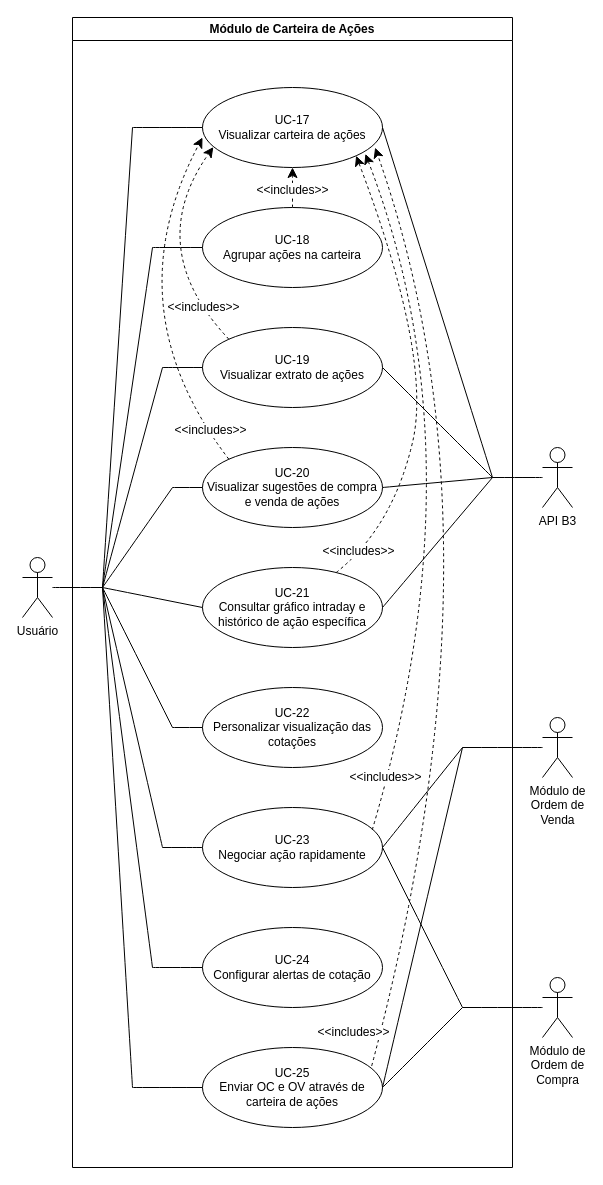
Earlier version of the draw.io diagram diagramas_casos_de_uso/uc_carteira_acoes.drawio (gb-cs-rt/home_broker). Source tidied: cells renumbered, new cells numbered last; positions are measured from the earlier drawing's top-left corner, leaving out a move shared by most shapes. Both pictures are drawn from the tidied source at 100%, with x=0, y=0 at pixel (22, 17).
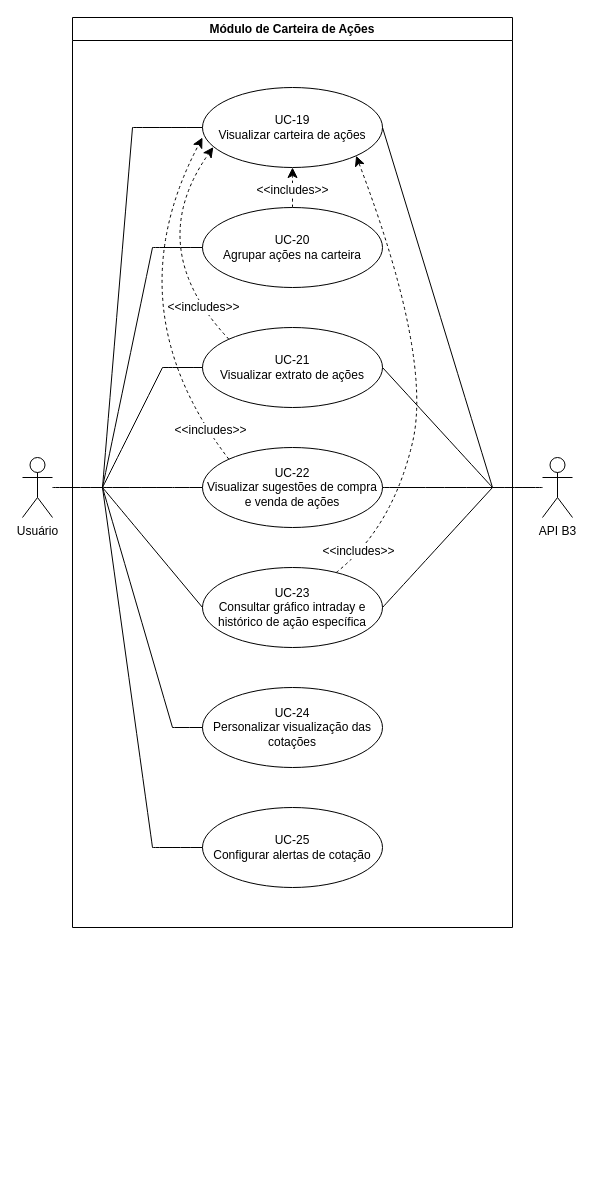
After the change.

Diff of the diagram source:
```diff
@@
     <mxCell id="2" value="Módulo de Carteira de Ações" style="swimlane;whiteSpace=wrap;html=1;" parent="1" vertex="1">
-      <mxGeometry x="50" width="440" height="1150" as="geometry" />
+      <mxGeometry x="50" width="440" height="910" as="geometry" />
     </mxCell>
@@
-    <mxCell id="5" value="UC-18&lt;div&gt;Agrupar ações na carteira&lt;/div&gt;" style="ellipse;whiteSpace=wrap;html=1;" parent="2" vertex="1">
+    <mxCell id="5" value="UC-20&lt;div&gt;Agrupar ações na carteira&lt;/div&gt;" style="ellipse;whiteSpace=wrap;html=1;" parent="2" vertex="1">
       <mxGeometry x="130" y="190" width="180" height="80" as="geometry" />
     </mxCell>
-    <mxCell id="6" value="UC-19&lt;div&gt;Visualizar extrato de ações&lt;/div&gt;" style="ellipse;whiteSpace=wrap;html=1;" parent="2" vertex="1">
+    <mxCell id="6" value="UC-21&lt;div&gt;&lt;span style=&quot;background-color: initial;&quot;&gt;Visualizar extrato de ações&lt;/span&gt;&lt;/div&gt;" style="ellipse;whiteSpace=wrap;html=1;" parent="2" vertex="1">
       <mxGeometry x="130" y="310" width="180" height="80" as="geometry" />
     </mxCell>
-    <mxCell id="7" value="UC-20&lt;div&gt;Visualizar sugestões de compra e venda de ações&lt;/div&gt;" style="ellipse;whiteSpace=wrap;html=1;" parent="2" vertex="1">
+    <mxCell id="7" value="UC-22&lt;div&gt;Visualizar sugestões de compra e venda de ações&lt;/div&gt;" style="ellipse;whiteSpace=wrap;html=1;" parent="2" vertex="1">
       <mxGeometry x="130" y="430" width="180" height="80" as="geometry" />
     </mxCell>
@@
-    <mxCell id="10" value="UC-21&lt;div&gt;Consultar gráfico intraday e histórico de ação específica&lt;/div&gt;" style="ellipse;whiteSpace=wrap;html=1;" parent="2" vertex="1">
+    <mxCell id="10" value="UC-23&lt;div&gt;Consultar gráfico intraday e histórico de ação específica&lt;/div&gt;" style="ellipse;whiteSpace=wrap;html=1;" parent="2" vertex="1">
       <mxGeometry x="130" y="550" width="180" height="80" as="geometry" />
     </mxCell>
-    <mxCell id="11" value="UC-17&lt;div&gt;Visualizar carteira de ações&lt;/div&gt;" style="ellipse;whiteSpace=wrap;html=1;" parent="2" vertex="1">
+    <mxCell id="11" value="UC-19&lt;div&gt;Visualizar carteira de ações&lt;/div&gt;" style="ellipse;whiteSpace=wrap;html=1;" parent="2" vertex="1">
       <mxGeometry x="130" y="70" width="180" height="80" as="geometry" />
     </mxCell>
-    <mxCell id="12" value="UC-22&lt;div&gt;Personalizar visualização das cotações&lt;/div&gt;" style="ellipse;whiteSpace=wrap;html=1;" parent="2" vertex="1">
+    <mxCell id="12" value="UC-24&lt;div&gt;&lt;span style=&quot;background-color: initial;&quot;&gt;Personalizar visualização das cotações&lt;/span&gt;&lt;/div&gt;" style="ellipse;whiteSpace=wrap;html=1;" parent="2" vertex="1">
       <mxGeometry x="130" y="670" width="180" height="80" as="geometry" />
     </mxCell>
-    <mxCell id="13" value="UC-23&lt;div&gt;Negociar ação rapidamente&lt;/div&gt;" style="ellipse;whiteSpace=wrap;html=1;" parent="2" vertex="1">
-      <mxGeometry x="130" y="790" width="180" height="80" as="geometry" />
-    </mxCell>
-    <mxCell id="14" value="UC-24&lt;div&gt;Configurar alertas de cotação&lt;/div&gt;" style="ellipse;whiteSpace=wrap;html=1;" parent="2" vertex="1">
-      <mxGeometry x="130" y="910" width="180" height="80" as="geometry" />
+    <mxCell id="14" value="UC-25&lt;div&gt;&lt;span style=&quot;background-color: initial;&quot;&gt;Configurar alertas de cotação&lt;/span&gt;&lt;/div&gt;" style="ellipse;whiteSpace=wrap;html=1;" parent="2" vertex="1">
+      <mxGeometry x="130" y="790" width="180" height="80" as="geometry" />
     </mxCell>
-    <mxCell id="15" style="edgeStyle=none;curved=1;rounded=0;jettySize=auto;html=1;exitX=0.943;exitY=0.28;exitDx=0;exitDy=0;entryX=0.905;entryY=0.83;entryDx=0;entryDy=0;entryPerimeter=0;fontSize=12;startSize=8;endSize=8;exitPerimeter=0;dashed=1;" parent="2" edge="1" source="13" target="11">
-      <mxGeometry relative="1" as="geometry">
-        <Array as="points">
-          <mxPoint x="410" y="440" />
-        </Array>
-      </mxGeometry>
-    </mxCell>
-    <mxCell id="16" value="&amp;lt;&amp;lt;includes&amp;gt;&amp;gt;" style="edgeLabel;html=1;align=center;verticalAlign=middle;fontSize=12;" parent="15" vertex="1">
-      <mxGeometry x="-0.85" y="3" relative="1" as="geometry" />
-    </mxCell>
@@
     <mxCell id="21" style="edgeStyle=none;curved=1;rounded=0;jettySize=auto;html=1;fontSize=12;startSize=8;endSize=8;endArrow=none;endFill=0;" parent="1" edge="1" source="22">
       <mxGeometry relative="1" as="geometry">
-        <mxPoint x="80" y="570" as="targetPoint" />
+        <mxPoint x="80" y="470" as="targetPoint" />
       </mxGeometry>
     </mxCell>
     <mxCell id="22" value="Usuário" style="shape=umlActor;verticalLabelPosition=bottom;verticalAlign=top;html=1;outlineConnect=0;" parent="1" vertex="1">
-      <mxGeometry y="540" width="30" height="60" as="geometry" />
+      <mxGeometry y="440" width="30" height="60" as="geometry" />
     </mxCell>
     <mxCell id="23" style="edgeStyle=none;curved=1;rounded=0;jettySize=auto;html=1;fontSize=12;startSize=8;endSize=8;endArrow=none;endFill=0;" parent="1" edge="1" source="24">
       <mxGeometry relative="1" as="geometry">
-        <mxPoint x="470" y="460" as="targetPoint" />
+        <mxPoint x="470" y="470" as="targetPoint" />
       </mxGeometry>
     </mxCell>
     <mxCell id="24" value="API B3" style="shape=umlActor;verticalLabelPosition=bottom;verticalAlign=top;html=1;outlineConnect=0;" parent="1" vertex="1">
-      <mxGeometry x="520" y="430" width="30" height="60" as="geometry" />
+      <mxGeometry x="520" y="440" width="30" height="60" as="geometry" />
     </mxCell>
-    <mxCell id="25" style="edgeStyle=none;curved=1;rounded=0;jettySize=auto;html=1;exitX=0.94;exitY=0.23;exitDx=0;exitDy=0;entryX=0.959;entryY=0.752;entryDx=0;entryDy=0;fontSize=12;startSize=8;endSize=8;entryPerimeter=0;exitPerimeter=0;dashed=1;" parent="1" edge="1" source="27" target="11">
-      <mxGeometry relative="1" as="geometry">
-        <Array as="points">
-          <mxPoint x="490" y="520" />
-        </Array>
-      </mxGeometry>
-    </mxCell>
-    <mxCell id="26" value="&amp;lt;&amp;lt;includes&amp;gt;&amp;gt;" style="edgeLabel;html=1;align=center;verticalAlign=middle;fontSize=12;" parent="25" vertex="1">
-      <mxGeometry x="-0.94" y="2" relative="1" as="geometry">
-        <mxPoint x="-24" y="-5" as="offset" />
-      </mxGeometry>
-    </mxCell>
-    <mxCell id="27" value="UC-25&lt;div&gt;Enviar OC e OV através de carteira de ações&lt;/div&gt;" style="ellipse;whiteSpace=wrap;html=1;" parent="1" vertex="1">
-      <mxGeometry x="180" y="1030" width="180" height="80" as="geometry" />
-    </mxCell>
     <mxCell id="28" style="endArrow=none;html=1;rounded=0;fontSize=12;startSize=8;endSize=8;curved=1;entryX=1;entryY=0.5;entryDx=0;entryDy=0;" parent="1" edge="1" target="11">
       <mxGeometry relative="1" as="geometry">
-        <mxPoint x="470" y="460" as="sourcePoint" />
+        <mxPoint x="470" y="470" as="sourcePoint" />
       </mxGeometry>
     </mxCell>
     <mxCell id="29" style="endArrow=none;html=1;rounded=0;fontSize=12;startSize=8;endSize=8;curved=1;entryX=1;entryY=0.5;entryDx=0;entryDy=0;" parent="1" edge="1" target="6">
       <mxGeometry relative="1" as="geometry">
-        <mxPoint x="470" y="460" as="sourcePoint" />
+        <mxPoint x="470" y="470" as="sourcePoint" />
       </mxGeometry>
     </mxCell>
     <mxCell id="30" style="endArrow=none;html=1;rounded=0;fontSize=12;startSize=8;endSize=8;curved=1;exitX=1;exitY=0.5;exitDx=0;exitDy=0;" parent="1" edge="1" source="10">
       <mxGeometry relative="1" as="geometry">
-        <mxPoint x="470" y="460" as="targetPoint" />
+        <mxPoint x="470" y="470" as="targetPoint" />
       </mxGeometry>
     </mxCell>
     <mxCell id="31" style="endArrow=none;html=1;rounded=0;fontSize=12;startSize=8;endSize=8;curved=1;exitX=1;exitY=0.5;exitDx=0;exitDy=0;" parent="1" edge="1" source="7">
       <mxGeometry relative="1" as="geometry">
-        <mxPoint x="470" y="460" as="targetPoint" />
+        <mxPoint x="470" y="470" as="targetPoint" />
       </mxGeometry>
     </mxCell>
-    <mxCell id="32" style="edgeStyle=none;curved=1;rounded=0;jettySize=auto;html=1;fontSize=12;startSize=8;endSize=8;endArrow=none;endFill=0;" parent="1" edge="1" source="33">
-      <mxGeometry relative="1" as="geometry">
-        <mxPoint x="440" y="730" as="targetPoint" />
-      </mxGeometry>
-    </mxCell>
-    <mxCell id="33" value="Módulo de&lt;div&gt;Ordem de&lt;/div&gt;&lt;div&gt;Venda&lt;/div&gt;" style="shape=umlActor;verticalLabelPosition=bottom;verticalAlign=top;html=1;outlineConnect=0;" parent="1" vertex="1">
-      <mxGeometry x="520" y="700" width="30" height="60" as="geometry" />
-    </mxCell>
-    <mxCell id="34" style="endArrow=none;html=1;rounded=0;fontSize=12;startSize=8;endSize=8;curved=1;exitX=1;exitY=0.5;exitDx=0;exitDy=0;" parent="1" edge="1" source="13">
-      <mxGeometry relative="1" as="geometry">
-        <mxPoint x="440" y="730" as="targetPoint" />
-      </mxGeometry>
-    </mxCell>
-    <mxCell id="35" style="endArrow=none;html=1;rounded=0;fontSize=12;startSize=8;endSize=8;curved=1;exitX=1;exitY=0.5;exitDx=0;exitDy=0;" parent="1" edge="1" source="27">
-      <mxGeometry relative="1" as="geometry">
-        <mxPoint x="440" y="730" as="targetPoint" />
-      </mxGeometry>
-    </mxCell>
-    <mxCell id="36" style="edgeStyle=none;curved=1;rounded=0;jettySize=auto;html=1;fontSize=12;startSize=8;endSize=8;endArrow=none;endFill=0;" parent="1" edge="1" source="37">
-      <mxGeometry relative="1" as="geometry">
-        <mxPoint x="440" y="990" as="targetPoint" />
-      </mxGeometry>
-    </mxCell>
-    <mxCell id="37" value="Módulo de&lt;div&gt;Ordem de&lt;/div&gt;&lt;div&gt;Compra&lt;/div&gt;" style="shape=umlActor;verticalLabelPosition=bottom;verticalAlign=top;html=1;outlineConnect=0;" parent="1" vertex="1">
-      <mxGeometry x="520" y="960" width="30" height="60" as="geometry" />
-    </mxCell>
-    <mxCell id="38" style="endArrow=none;html=1;rounded=0;fontSize=12;startSize=8;endSize=8;curved=1;" parent="1" edge="1">
-      <mxGeometry relative="1" as="geometry">
-        <mxPoint x="360" y="1070" as="sourcePoint" />
-        <mxPoint x="440" y="990" as="targetPoint" />
-      </mxGeometry>
-    </mxCell>
     <mxCell id="39" style="endArrow=none;html=1;rounded=0;fontSize=12;startSize=8;endSize=8;curved=1;" parent="1" edge="1">
       <mxGeometry relative="1" as="geometry">
-        <mxPoint x="80" y="570" as="sourcePoint" />
+        <mxPoint x="80" y="470" as="sourcePoint" />
         <mxPoint x="110" y="110" as="targetPoint" />
       </mxGeometry>
     </mxCell>
     <mxCell id="40" style="endArrow=none;html=1;rounded=0;fontSize=12;startSize=8;endSize=8;curved=1;" parent="1" edge="1">
       <mxGeometry relative="1" as="geometry">
-        <mxPoint x="80" y="570" as="sourcePoint" />
+        <mxPoint x="80" y="470" as="sourcePoint" />
         <mxPoint x="130" y="230" as="targetPoint" />
       </mxGeometry>
     </mxCell>
@@
-    <mxCell id="43" style="endArrow=none;html=1;rounded=0;fontSize=12;startSize=8;endSize=8;curved=1;" parent="1" edge="1">
-      <mxGeometry relative="1" as="geometry">
-        <mxPoint x="110" y="1070" as="sourcePoint" />
-        <mxPoint x="80" y="570" as="targetPoint" />
-      </mxGeometry>
-    </mxCell>
-    <mxCell id="44" style="endArrow=none;html=1;rounded=0;fontSize=12;startSize=8;endSize=8;curved=1;entryX=0;entryY=0.5;entryDx=0;entryDy=0;" parent="1" edge="1" target="27">
-      <mxGeometry relative="1" as="geometry">
-        <mxPoint x="110" y="1070" as="sourcePoint" />
-      </mxGeometry>
-    </mxCell>
     <mxCell id="45" style="endArrow=none;html=1;rounded=0;fontSize=12;startSize=8;endSize=8;curved=1;entryX=0;entryY=0.5;entryDx=0;entryDy=0;" parent="1" edge="1" target="14">
       <mxGeometry relative="1" as="geometry">
-        <mxPoint x="130" y="950" as="sourcePoint" />
+        <mxPoint x="130" y="830" as="sourcePoint" />
       </mxGeometry>
     </mxCell>
     <mxCell id="46" style="endArrow=none;html=1;rounded=0;fontSize=12;startSize=8;endSize=8;curved=1;" parent="1" edge="1">
       <mxGeometry relative="1" as="geometry">
-        <mxPoint x="130" y="950" as="sourcePoint" />
-        <mxPoint x="80" y="570" as="targetPoint" />
+        <mxPoint x="130" y="830" as="sourcePoint" />
+        <mxPoint x="80" y="470" as="targetPoint" />
       </mxGeometry>
     </mxCell>
-    <mxCell id="47" style="endArrow=none;html=1;rounded=0;fontSize=12;startSize=8;endSize=8;curved=1;exitX=0;exitY=0.5;exitDx=0;exitDy=0;" parent="1" edge="1" source="13">
-      <mxGeometry relative="1" as="geometry">
-        <mxPoint x="140" y="830" as="targetPoint" />
-      </mxGeometry>
-    </mxCell>
-    <mxCell id="48" style="endArrow=none;html=1;rounded=0;fontSize=12;startSize=8;endSize=8;curved=1;" parent="1" edge="1">
-      <mxGeometry relative="1" as="geometry">
-        <mxPoint x="140" y="830" as="sourcePoint" />
-        <mxPoint x="80" y="570" as="targetPoint" />
-      </mxGeometry>
-    </mxCell>
@@
     <mxCell id="50" style="endArrow=none;html=1;rounded=0;fontSize=12;startSize=8;endSize=8;curved=1;" parent="1" edge="1">
       <mxGeometry relative="1" as="geometry">
-        <mxPoint x="80" y="570" as="sourcePoint" />
+        <mxPoint x="80" y="470" as="sourcePoint" />
         <mxPoint x="140" y="350" as="targetPoint" />
       </mxGeometry>
     </mxCell>
@@
     <mxCell id="52" style="endArrow=none;html=1;rounded=0;fontSize=12;startSize=8;endSize=8;curved=1;" parent="1" edge="1">
       <mxGeometry relative="1" as="geometry">
-        <mxPoint x="80" y="570" as="sourcePoint" />
+        <mxPoint x="80" y="470" as="sourcePoint" />
         <mxPoint x="150" y="470" as="targetPoint" />
       </mxGeometry>
     </mxCell>
     <mxCell id="53" style="endArrow=none;html=1;rounded=0;fontSize=12;startSize=8;endSize=8;curved=1;entryX=0;entryY=0.5;entryDx=0;entryDy=0;" parent="1" edge="1" target="10">
       <mxGeometry relative="1" as="geometry">
-        <mxPoint x="80" y="570" as="sourcePoint" />
+        <mxPoint x="80" y="470" as="sourcePoint" />
       </mxGeometry>
     </mxCell>
@@
     <mxCell id="55" style="endArrow=none;html=1;rounded=0;fontSize=12;startSize=8;endSize=8;curved=1;" parent="1" edge="1">
       <mxGeometry relative="1" as="geometry">
-        <mxPoint x="80" y="570" as="sourcePoint" />
+        <mxPoint x="80" y="470" as="sourcePoint" />
         <mxPoint x="150" y="710" as="targetPoint" />
       </mxGeometry>
     </mxCell>
-    <mxCell id="56" style="endArrow=none;html=1;rounded=0;fontSize=12;startSize=8;endSize=8;curved=1;" parent="1" edge="1">
-      <mxGeometry relative="1" as="geometry">
-        <mxPoint x="440" y="990" as="sourcePoint" />
-        <mxPoint x="360" y="830" as="targetPoint" />
-      </mxGeometry>
-    </mxCell>
```
